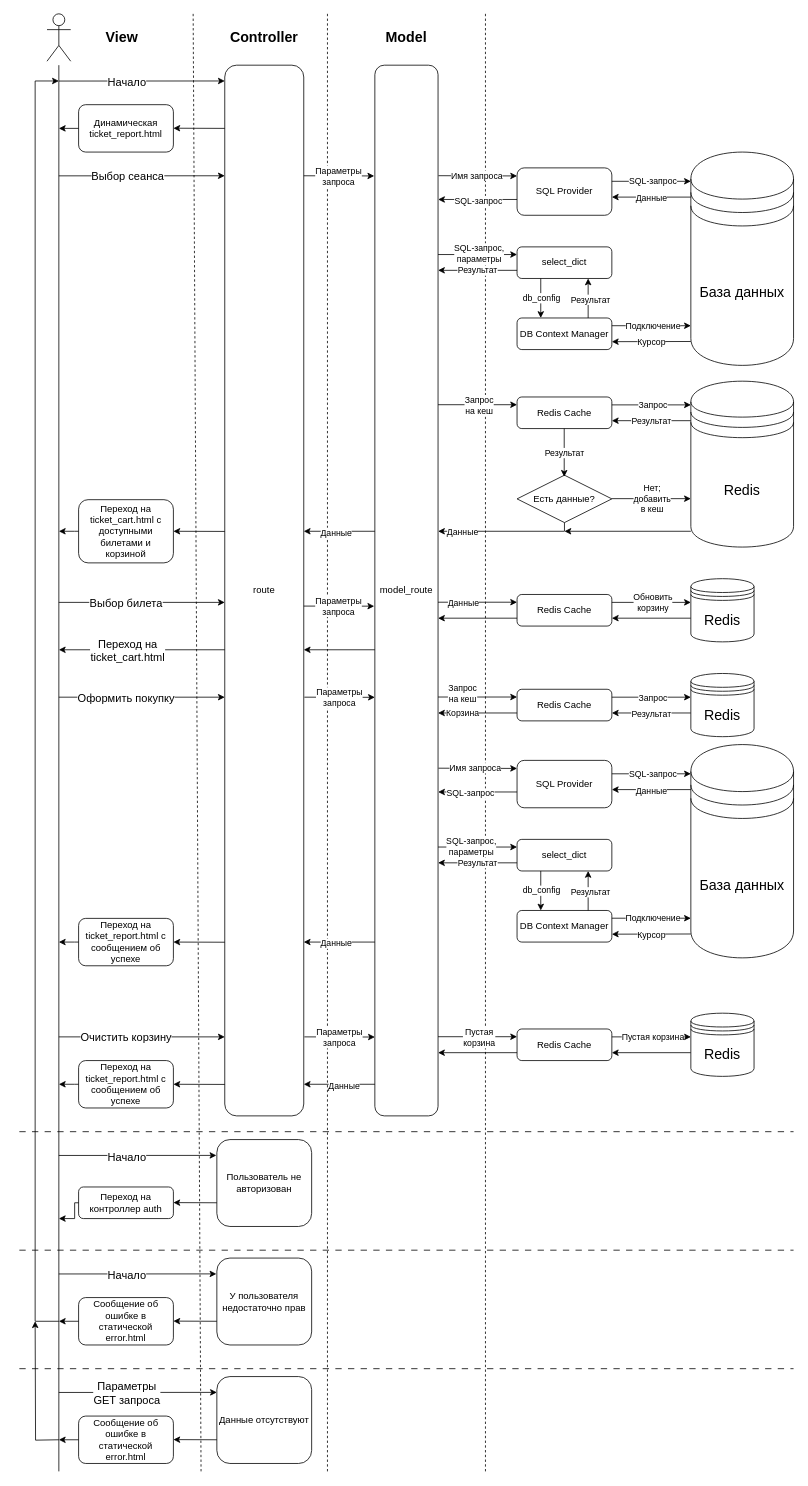
gubnik/bmstu-absolute-cinema keeps this draw.io diagram as docs/diagrams/cart_view.drawio. Above is the earlier version. Source tidied: cells renumbered, new cells numbered last; positions are measured from the earlier drawing's top-left corner, leaving out a move shared by most shapes. Both pictures are drawn from the tidied source at 79%, with x=0, y=0 at pixel (19, 13).
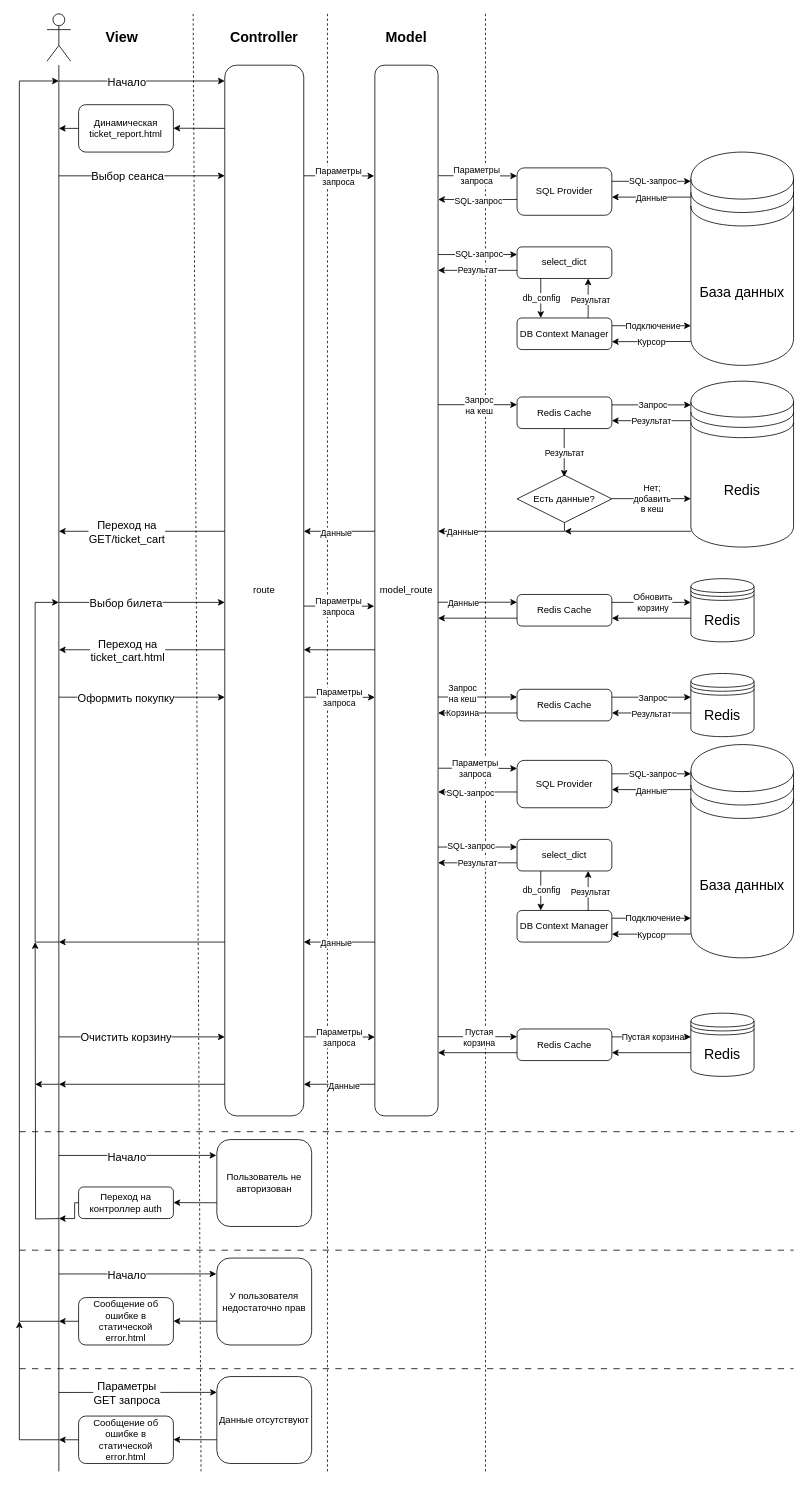
Above is the later version.

Unchanged cells that the change refers to:
```xml
<mxCell id="17" style="endArrow=classic;html=1;rounded=0;exitX=1.002;exitY=0.043;exitDx=0;exitDy=0;exitPerimeter=0;entryX=-0.003;entryY=0.17;entryDx=0;entryDy=0;entryPerimeter=0;" parent="1" edge="1">
  <mxGeometry relative="1" as="geometry">
    <mxPoint x="530.5" y="204.9" as="sourcePoint" />
    <mxPoint x="630" y="205.2" as="targetPoint" />
  </mxGeometry>
</mxCell>
<mxCell id="22" style="endArrow=classic;html=1;rounded=0;exitX=0;exitY=0.75;exitDx=0;exitDy=0;entryX=1;entryY=0.167;entryDx=0;entryDy=0;entryPerimeter=0;" parent="1" edge="1">
  <mxGeometry relative="1" as="geometry">
    <mxPoint x="530" y="304.7" as="sourcePoint" />
    <mxPoint x="630" y="304.7" as="targetPoint" />
  </mxGeometry>
</mxCell>
<mxCell id="97" style="endArrow=classic;html=1;rounded=0;exitX=1.002;exitY=0.043;exitDx=0;exitDy=0;exitPerimeter=0;entryX=-0.003;entryY=0.17;entryDx=0;entryDy=0;entryPerimeter=0;" parent="1" edge="1">
  <mxGeometry relative="1" as="geometry">
    <mxPoint x="530.5" y="954.9" as="sourcePoint" />
    <mxPoint x="630" y="955.2" as="targetPoint" />
  </mxGeometry>
</mxCell>
<mxCell id="102" style="endArrow=classic;html=1;rounded=0;exitX=0;exitY=0.75;exitDx=0;exitDy=0;entryX=1;entryY=0.167;entryDx=0;entryDy=0;entryPerimeter=0;" parent="1" edge="1">
  <mxGeometry relative="1" as="geometry">
    <mxPoint x="530" y="1054.7" as="sourcePoint" />
    <mxPoint x="630" y="1054.7" as="targetPoint" />
  </mxGeometry>
</mxCell>
```

Change to the diagram source:
```diff
@@
-    <mxCell id="18" value="Имя запроса" style="edgeLabel;html=1;align=center;verticalAlign=middle;" parent="17" vertex="1">
+    <mxCell id="18" value="Параметры&lt;div&gt;запроса&lt;/div&gt;" style="edgeLabel;html=1;align=center;verticalAlign=middle;" parent="17" vertex="1">
       <mxGeometry x="-0.37" y="-2" relative="1" as="geometry">
         <mxPoint x="17" y="-2" as="offset" />
       </mxGeometry>
     </mxCell>
@@
-    <mxCell id="23" value="SQL-запрос,&lt;div&gt;параметры&lt;/div&gt;" style="edgeLabel;html=1;align=center;verticalAlign=middle;" parent="22" vertex="1">
+    <mxCell id="23" value="SQL-запрос" style="edgeLabel;html=1;align=center;verticalAlign=middle;" parent="22" vertex="1">
       <mxGeometry x="0.09" y="1" relative="1" as="geometry">
         <mxPoint x="-4" as="offset" />
       </mxGeometry>
     </mxCell>
@@
-    <mxCell id="45" value="Переход на ticket_cart.html c доступными билетами и корзиной" style="rounded=1;whiteSpace=wrap;html=1;" parent="1" vertex="1">
-      <mxGeometry x="75" y="615" width="120" height="80" as="geometry" />
-    </mxCell>
-    <mxCell id="46" style="endArrow=classic;html=1;rounded=0;" parent="1" edge="1">
-      <mxGeometry relative="1" as="geometry">
-        <mxPoint x="260" y="655.2" as="sourcePoint" />
-        <mxPoint x="195" y="655" as="targetPoint" />
-      </mxGeometry>
-    </mxCell>
-    <mxCell id="47" style="endArrow=classic;html=1;rounded=0;exitX=0;exitY=0.5;exitDx=0;exitDy=0;" parent="1" edge="1" source="45">
-      <mxGeometry relative="1" as="geometry">
-        <mxPoint x="50" y="655" as="targetPoint" />
-        <Array as="points">
-          <mxPoint x="70" y="655" />
-        </Array>
-      </mxGeometry>
-    </mxCell>
@@
     <mxCell id="69" style="endArrow=classic;html=1;rounded=0;edgeStyle=orthogonalEdgeStyle;" parent="1" edge="1">
       <mxGeometry relative="1" as="geometry">
         <mxPoint x="50" y="1805" as="sourcePoint" />
-        <mxPoint x="20" y="1655" as="targetPoint" />
+        <mxPoint y="1655" as="targetPoint" />
+        <Array as="points">
+          <mxPoint y="1805" />
+          <mxPoint y="1655" />
+        </Array>
       </mxGeometry>
     </mxCell>
@@
-    <mxCell id="98" value="Имя запроса" style="edgeLabel;html=1;align=center;verticalAlign=middle;" parent="97" vertex="1">
+    <mxCell id="98" value="Параметры&lt;div&gt;запроса&lt;/div&gt;" style="edgeLabel;html=1;align=center;verticalAlign=middle;" parent="97" vertex="1">
       <mxGeometry x="-0.37" y="-2" relative="1" as="geometry">
         <mxPoint x="15" y="-2" as="offset" />
       </mxGeometry>
     </mxCell>
@@
-    <mxCell id="103" value="SQL-запрос,&lt;div&gt;параметры&lt;/div&gt;" style="edgeLabel;html=1;align=center;verticalAlign=middle;" parent="102" vertex="1">
+    <mxCell id="103" value="SQL-запрос" style="edgeLabel;html=1;align=center;verticalAlign=middle;" parent="102" vertex="1">
       <mxGeometry x="0.09" y="1" relative="1" as="geometry">
         <mxPoint x="-14" as="offset" />
       </mxGeometry>
     </mxCell>
@@
-    <mxCell id="139" value="Переход на ticket_report.html с сообщением об успехе" style="rounded=1;whiteSpace=wrap;html=1;" parent="1" vertex="1">
-      <mxGeometry x="75" y="1145" width="120" height="60" as="geometry" />
-    </mxCell>
-    <mxCell id="140" style="endArrow=classic;html=1;rounded=0;" parent="1" edge="1">
-      <mxGeometry relative="1" as="geometry">
-        <mxPoint x="260" y="1175.2" as="sourcePoint" />
-        <mxPoint x="195" y="1175" as="targetPoint" />
-      </mxGeometry>
-    </mxCell>
-    <mxCell id="141" style="endArrow=classic;html=1;rounded=0;exitX=0;exitY=0.5;exitDx=0;exitDy=0;" parent="1" edge="1" source="139">
-      <mxGeometry relative="1" as="geometry">
-        <mxPoint x="50" y="1175" as="targetPoint" />
-        <Array as="points">
-          <mxPoint x="70" y="1175" />
-        </Array>
-      </mxGeometry>
-    </mxCell>
@@
-    <mxCell id="159" value="Переход на ticket_report.html с сообщением об успехе" style="rounded=1;whiteSpace=wrap;html=1;" parent="1" vertex="1">
-      <mxGeometry x="75" y="1325" width="120" height="60" as="geometry" />
-    </mxCell>
-    <mxCell id="160" style="endArrow=classic;html=1;rounded=0;" parent="1" edge="1">
-      <mxGeometry relative="1" as="geometry">
-        <mxPoint x="260" y="1355.2" as="sourcePoint" />
-        <mxPoint x="195" y="1355" as="targetPoint" />
-      </mxGeometry>
-    </mxCell>
-    <mxCell id="161" style="endArrow=classic;html=1;rounded=0;exitX=0;exitY=0.5;exitDx=0;exitDy=0;" parent="1" edge="1" source="159">
-      <mxGeometry relative="1" as="geometry">
-        <mxPoint x="50" y="1355" as="targetPoint" />
-        <Array as="points">
-          <mxPoint x="70" y="1355" />
-        </Array>
-      </mxGeometry>
-    </mxCell>
@@
     <mxCell id="163" style="endArrow=classic;html=1;rounded=0;edgeStyle=orthogonalEdgeStyle;" parent="1" edge="1">
       <mxGeometry relative="1" as="geometry">
         <mxPoint x="50" y="1655" as="sourcePoint" />
         <mxPoint x="50" y="85" as="targetPoint" />
         <Array as="points">
-          <mxPoint x="20" y="1655" />
+          <mxPoint y="1655" />
+          <mxPoint y="85" />
         </Array>
       </mxGeometry>
     </mxCell>
+    <mxCell id="164" style="endArrow=classic;html=1;rounded=0;" parent="1" edge="1">
+      <mxGeometry relative="1" as="geometry">
+        <mxPoint x="260" y="1355" as="sourcePoint" />
+        <mxPoint x="50" y="1355" as="targetPoint" />
+      </mxGeometry>
+    </mxCell>
+    <mxCell id="165" style="endArrow=classic;html=1;rounded=0;" parent="1" edge="1">
+      <mxGeometry relative="1" as="geometry">
+        <mxPoint x="260" y="1175" as="sourcePoint" />
+        <mxPoint x="50" y="1175" as="targetPoint" />
+      </mxGeometry>
+    </mxCell>
+    <mxCell id="166" style="endArrow=classic;html=1;rounded=0;" parent="1" edge="1">
+      <mxGeometry relative="1" as="geometry">
+        <mxPoint x="260" y="655" as="sourcePoint" />
+        <mxPoint x="50" y="655" as="targetPoint" />
+      </mxGeometry>
+    </mxCell>
+    <mxCell id="167" value="Переход на&lt;div&gt;GET/ticket_cart&lt;/div&gt;" style="edgeLabel;html=1;align=center;verticalAlign=middle;fontSize=14;" parent="166" vertex="1">
+      <mxGeometry x="0.23" relative="1" as="geometry">
+        <mxPoint x="4" as="offset" />
+      </mxGeometry>
+    </mxCell>
+    <mxCell id="168" style="endArrow=classic;html=1;rounded=0;edgeStyle=orthogonalEdgeStyle;" parent="1" edge="1">
+      <mxGeometry relative="1" as="geometry">
+        <mxPoint x="50" y="1175" as="sourcePoint" />
+        <mxPoint x="50" y="745" as="targetPoint" />
+        <Array as="points">
+          <mxPoint x="50" y="1175" />
+          <mxPoint x="20" y="1175" />
+          <mxPoint x="20" y="745" />
+        </Array>
+      </mxGeometry>
+    </mxCell>
+    <mxCell id="169" style="endArrow=classic;html=1;rounded=0;edgeStyle=orthogonalEdgeStyle;" parent="1" edge="1">
+      <mxGeometry relative="1" as="geometry">
+        <mxPoint x="50" y="1525" as="sourcePoint" />
+        <mxPoint x="20" y="1175" as="targetPoint" />
+      </mxGeometry>
+    </mxCell>
+    <mxCell id="170" style="endArrow=classic;html=1;rounded=0;" parent="1" edge="1">
+      <mxGeometry relative="1" as="geometry">
+        <mxPoint x="50" y="1355" as="sourcePoint" />
+        <mxPoint x="20" y="1355" as="targetPoint" />
+      </mxGeometry>
+    </mxCell>
```
